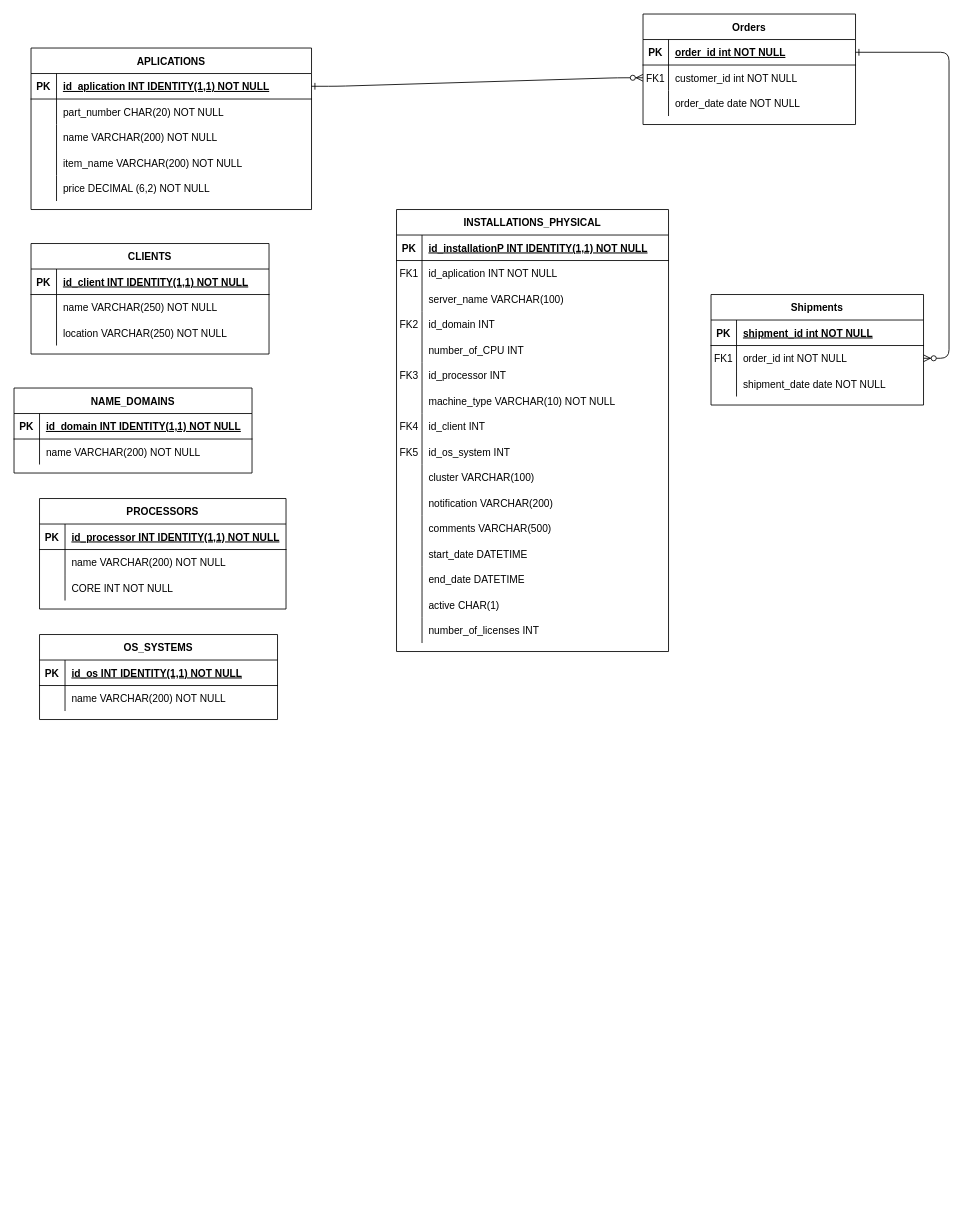
Above: Diagram bez tytułu.drawio in Rascalele/Program_do_rozliczania_faktur (draw.io), before the change. Source tidied: cells renumbered, new cells numbered last; positions are measured from the earlier drawing's top-left corner, leaving out a move shared by most shapes. Both pictures are drawn from the tidied source at 85%, with x=0, y=0 at pixel (14, 14).
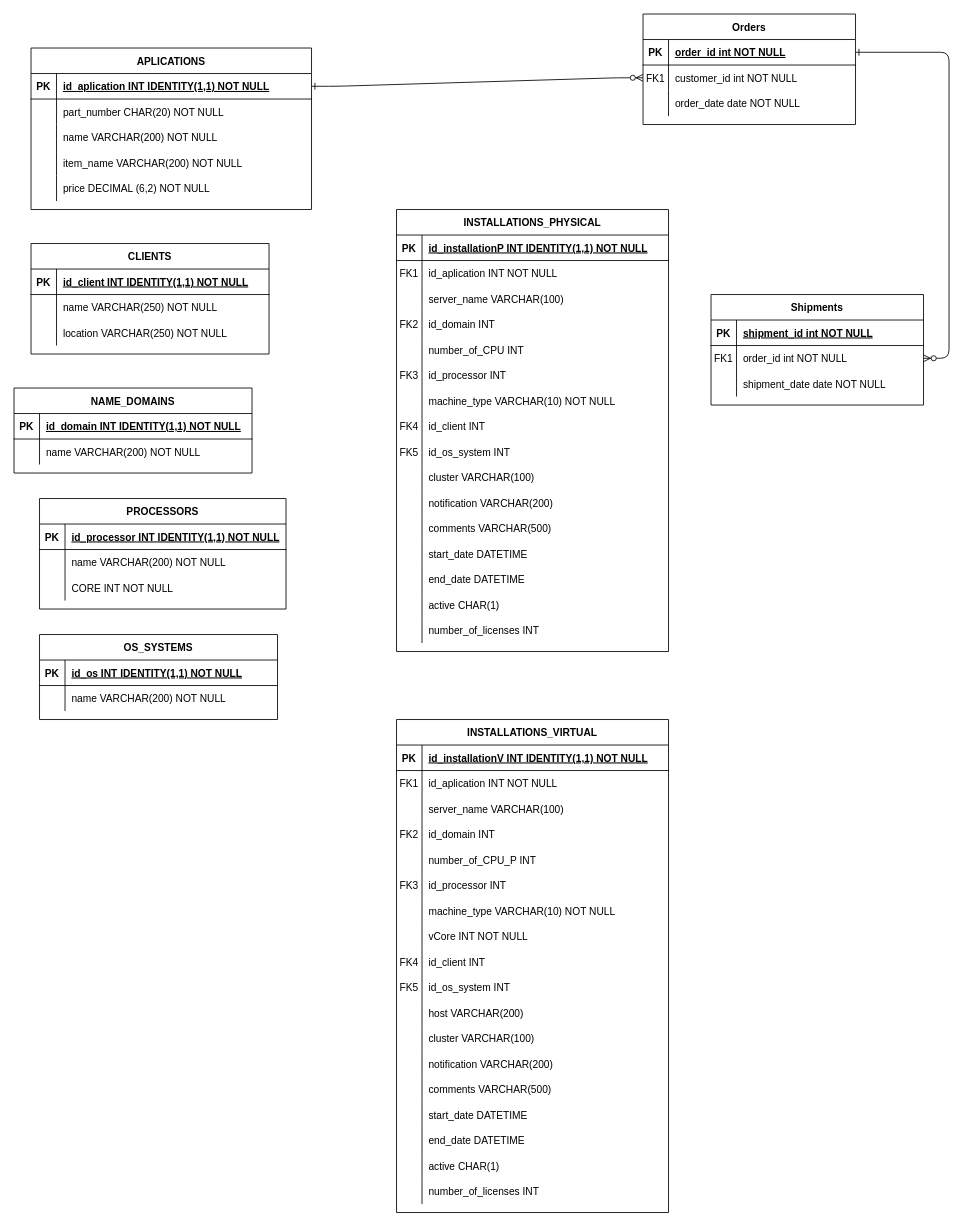
The same diagram, later.

The edit, as a diff of the source:
```diff
@@
+    <mxCell id="123" value="INSTALLATIONS_VIRTUAL" style="shape=table;startSize=30;childLayout=tableLayout;rowLines=0;fontStyle=1;align=center;" parent="1" vertex="1">
+      <mxGeometry x="450" y="830" width="320" height="580" as="geometry" />
+    </mxCell>
+    <mxCell id="124" style="shape=partialRectangle;fillColor=none;top=0;left=0;right=0;bottom=1;" parent="123" vertex="1">
+      <mxGeometry y="30" width="320" height="30" as="geometry" />
+    </mxCell>
+    <mxCell id="125" value="PK" style="shape=partialRectangle;overflow=hidden;fillColor=none;top=0;left=0;bottom=0;right=0;fontStyle=1;" parent="124" vertex="1">
+      <mxGeometry width="30" height="30" as="geometry" />
+    </mxCell>
+    <mxCell id="126" value="id_installationV INT IDENTITY(1,1) NOT NULL " style="shape=partialRectangle;overflow=hidden;fillColor=none;top=0;left=0;bottom=0;right=0;align=left;spacingLeft=6;fontStyle=5;" parent="124" vertex="1">
+      <mxGeometry x="30" width="290" height="30" as="geometry" />
+    </mxCell>
+    <mxCell id="127" style="shape=partialRectangle;fillColor=none;top=0;left=0;right=0;bottom=0;" parent="123" vertex="1">
+      <mxGeometry y="60" width="320" height="30" as="geometry" />
+    </mxCell>
+    <mxCell id="128" value="FK1" style="shape=partialRectangle;overflow=hidden;fillColor=none;top=0;left=0;bottom=0;right=0;" parent="127" vertex="1">
+      <mxGeometry width="30" height="30" as="geometry" />
+    </mxCell>
+    <mxCell id="129" value="id_aplication INT NOT NULL" style="shape=partialRectangle;overflow=hidden;fillColor=none;top=0;left=0;bottom=0;right=0;align=left;spacingLeft=6;" parent="127" vertex="1">
+      <mxGeometry x="30" width="290" height="30" as="geometry" />
+    </mxCell>
+    <mxCell id="130" style="shape=partialRectangle;fillColor=none;top=0;left=0;right=0;bottom=0;" parent="123" vertex="1">
+      <mxGeometry y="90" width="320" height="30" as="geometry" />
+    </mxCell>
+    <mxCell id="131" style="shape=partialRectangle;overflow=hidden;fillColor=none;top=0;left=0;bottom=0;right=0;" parent="130" vertex="1">
+      <mxGeometry width="30" height="30" as="geometry" />
+    </mxCell>
+    <mxCell id="132" value="server_name VARCHAR(100)" style="shape=partialRectangle;overflow=hidden;fillColor=none;top=0;left=0;bottom=0;right=0;align=left;spacingLeft=6;" parent="130" vertex="1">
+      <mxGeometry x="30" width="290" height="30" as="geometry" />
+    </mxCell>
+    <mxCell id="133" style="shape=partialRectangle;fillColor=none;top=0;left=0;right=0;bottom=0;" parent="123" vertex="1">
+      <mxGeometry y="120" width="320" height="30" as="geometry" />
+    </mxCell>
+    <mxCell id="134" value="FK2" style="shape=partialRectangle;overflow=hidden;fillColor=none;top=0;left=0;bottom=0;right=0;" parent="133" vertex="1">
+      <mxGeometry width="30" height="30" as="geometry" />
+    </mxCell>
+    <mxCell id="135" value="id_domain INT" style="shape=partialRectangle;overflow=hidden;fillColor=none;top=0;left=0;bottom=0;right=0;align=left;spacingLeft=6;" parent="133" vertex="1">
+      <mxGeometry x="30" width="290" height="30" as="geometry" />
+    </mxCell>
+    <mxCell id="136" style="shape=partialRectangle;fillColor=none;top=0;left=0;right=0;bottom=0;" parent="123" vertex="1">
+      <mxGeometry y="150" width="320" height="30" as="geometry" />
+    </mxCell>
+    <mxCell id="137" style="shape=partialRectangle;overflow=hidden;fillColor=none;top=0;left=0;bottom=0;right=0;" parent="136" vertex="1">
+      <mxGeometry width="30" height="30" as="geometry" />
+    </mxCell>
+    <mxCell id="138" value="number_of_CPU_P INT" style="shape=partialRectangle;overflow=hidden;fillColor=none;top=0;left=0;bottom=0;right=0;align=left;spacingLeft=6;" parent="136" vertex="1">
+      <mxGeometry x="30" width="290" height="30" as="geometry" />
+    </mxCell>
+    <mxCell id="139" style="shape=partialRectangle;fillColor=none;top=0;left=0;right=0;bottom=0;" parent="123" vertex="1">
+      <mxGeometry y="180" width="320" height="30" as="geometry" />
+    </mxCell>
+    <mxCell id="140" value="FK3" style="shape=partialRectangle;overflow=hidden;fillColor=none;top=0;left=0;bottom=0;right=0;" parent="139" vertex="1">
+      <mxGeometry width="30" height="30" as="geometry" />
+    </mxCell>
+    <mxCell id="141" value="id_processor INT" style="shape=partialRectangle;overflow=hidden;fillColor=none;top=0;left=0;bottom=0;right=0;align=left;spacingLeft=6;" parent="139" vertex="1">
+      <mxGeometry x="30" width="290" height="30" as="geometry" />
+    </mxCell>
+    <mxCell id="142" style="shape=partialRectangle;fillColor=none;top=0;left=0;right=0;bottom=0;" parent="123" vertex="1">
+      <mxGeometry y="210" width="320" height="30" as="geometry" />
+    </mxCell>
+    <mxCell id="143" style="shape=partialRectangle;overflow=hidden;fillColor=none;top=0;left=0;bottom=0;right=0;" parent="142" vertex="1">
+      <mxGeometry width="30" height="30" as="geometry" />
+    </mxCell>
+    <mxCell id="144" value="machine_type VARCHAR(10) NOT NULL" style="shape=partialRectangle;overflow=hidden;fillColor=none;top=0;left=0;bottom=0;right=0;align=left;spacingLeft=6;" parent="142" vertex="1">
+      <mxGeometry x="30" width="290" height="30" as="geometry" />
+    </mxCell>
+    <mxCell id="145" style="shape=partialRectangle;fillColor=none;top=0;left=0;right=0;bottom=0;" parent="123" vertex="1">
+      <mxGeometry y="240" width="320" height="30" as="geometry" />
+    </mxCell>
+    <mxCell id="146" style="shape=partialRectangle;overflow=hidden;fillColor=none;top=0;left=0;bottom=0;right=0;" parent="145" vertex="1">
+      <mxGeometry width="30" height="30" as="geometry" />
+    </mxCell>
+    <mxCell id="147" value="vCore INT NOT NULL" style="shape=partialRectangle;overflow=hidden;fillColor=none;top=0;left=0;bottom=0;right=0;align=left;spacingLeft=6;" parent="145" vertex="1">
+      <mxGeometry x="30" width="290" height="30" as="geometry" />
+    </mxCell>
+    <mxCell id="148" style="shape=partialRectangle;fillColor=none;top=0;left=0;right=0;bottom=0;" parent="123" vertex="1">
+      <mxGeometry y="270" width="320" height="30" as="geometry" />
+    </mxCell>
+    <mxCell id="149" value="FK4" style="shape=partialRectangle;overflow=hidden;fillColor=none;top=0;left=0;bottom=0;right=0;" parent="148" vertex="1">
+      <mxGeometry width="30" height="30" as="geometry" />
+    </mxCell>
+    <mxCell id="150" value="id_client INT" style="shape=partialRectangle;overflow=hidden;fillColor=none;top=0;left=0;bottom=0;right=0;align=left;spacingLeft=6;" parent="148" vertex="1">
+      <mxGeometry x="30" width="290" height="30" as="geometry" />
+    </mxCell>
+    <mxCell id="151" style="shape=partialRectangle;fillColor=none;top=0;left=0;right=0;bottom=0;" parent="123" vertex="1">
+      <mxGeometry y="300" width="320" height="30" as="geometry" />
+    </mxCell>
+    <mxCell id="152" value="FK5" style="shape=partialRectangle;overflow=hidden;fillColor=none;top=0;left=0;bottom=0;right=0;" parent="151" vertex="1">
+      <mxGeometry width="30" height="30" as="geometry" />
+    </mxCell>
+    <mxCell id="153" value="id_os_system INT" style="shape=partialRectangle;overflow=hidden;fillColor=none;top=0;left=0;bottom=0;right=0;align=left;spacingLeft=6;" parent="151" vertex="1">
+      <mxGeometry x="30" width="290" height="30" as="geometry" />
+    </mxCell>
+    <mxCell id="154" style="shape=partialRectangle;fillColor=none;top=0;left=0;right=0;bottom=0;" parent="123" vertex="1">
+      <mxGeometry y="330" width="320" height="30" as="geometry" />
+    </mxCell>
+    <mxCell id="155" style="shape=partialRectangle;overflow=hidden;fillColor=none;top=0;left=0;bottom=0;right=0;" parent="154" vertex="1">
+      <mxGeometry width="30" height="30" as="geometry" />
+    </mxCell>
+    <mxCell id="156" value="host VARCHAR(200)" style="shape=partialRectangle;overflow=hidden;fillColor=none;top=0;left=0;bottom=0;right=0;align=left;spacingLeft=6;" parent="154" vertex="1">
+      <mxGeometry x="30" width="290" height="30" as="geometry" />
+    </mxCell>
+    <mxCell id="157" style="shape=partialRectangle;fillColor=none;top=0;left=0;right=0;bottom=0;" parent="123" vertex="1">
+      <mxGeometry y="360" width="320" height="30" as="geometry" />
+    </mxCell>
+    <mxCell id="158" style="shape=partialRectangle;overflow=hidden;fillColor=none;top=0;left=0;bottom=0;right=0;" parent="157" vertex="1">
+      <mxGeometry width="30" height="30" as="geometry" />
+    </mxCell>
+    <mxCell id="159" value="cluster VARCHAR(100)" style="shape=partialRectangle;overflow=hidden;fillColor=none;top=0;left=0;bottom=0;right=0;align=left;spacingLeft=6;" parent="157" vertex="1">
+      <mxGeometry x="30" width="290" height="30" as="geometry" />
+    </mxCell>
+    <mxCell id="160" style="shape=partialRectangle;fillColor=none;top=0;left=0;right=0;bottom=0;" parent="123" vertex="1">
+      <mxGeometry y="390" width="320" height="30" as="geometry" />
+    </mxCell>
+    <mxCell id="161" style="shape=partialRectangle;overflow=hidden;fillColor=none;top=0;left=0;bottom=0;right=0;" parent="160" vertex="1">
+      <mxGeometry width="30" height="30" as="geometry" />
+    </mxCell>
+    <mxCell id="162" value="notification VARCHAR(200)" style="shape=partialRectangle;overflow=hidden;fillColor=none;top=0;left=0;bottom=0;right=0;align=left;spacingLeft=6;" parent="160" vertex="1">
+      <mxGeometry x="30" width="290" height="30" as="geometry" />
+    </mxCell>
+    <mxCell id="163" style="shape=partialRectangle;fillColor=none;top=0;left=0;right=0;bottom=0;" parent="123" vertex="1">
+      <mxGeometry y="420" width="320" height="30" as="geometry" />
+    </mxCell>
+    <mxCell id="164" style="shape=partialRectangle;overflow=hidden;fillColor=none;top=0;left=0;bottom=0;right=0;" parent="163" vertex="1">
+      <mxGeometry width="30" height="30" as="geometry" />
+    </mxCell>
+    <mxCell id="165" value="comments VARCHAR(500)" style="shape=partialRectangle;overflow=hidden;fillColor=none;top=0;left=0;bottom=0;right=0;align=left;spacingLeft=6;" parent="163" vertex="1">
+      <mxGeometry x="30" width="290" height="30" as="geometry" />
+    </mxCell>
+    <mxCell id="166" style="shape=partialRectangle;fillColor=none;top=0;left=0;right=0;bottom=0;" parent="123" vertex="1">
+      <mxGeometry y="450" width="320" height="30" as="geometry" />
+    </mxCell>
+    <mxCell id="167" style="shape=partialRectangle;overflow=hidden;fillColor=none;top=0;left=0;bottom=0;right=0;" parent="166" vertex="1">
+      <mxGeometry width="30" height="30" as="geometry" />
+    </mxCell>
+    <mxCell id="168" value="start_date DATETIME" style="shape=partialRectangle;overflow=hidden;fillColor=none;top=0;left=0;bottom=0;right=0;align=left;spacingLeft=6;" parent="166" vertex="1">
+      <mxGeometry x="30" width="290" height="30" as="geometry" />
+    </mxCell>
+    <mxCell id="169" style="shape=partialRectangle;fillColor=none;top=0;left=0;right=0;bottom=0;" parent="123" vertex="1">
+      <mxGeometry y="480" width="320" height="30" as="geometry" />
+    </mxCell>
+    <mxCell id="170" style="shape=partialRectangle;overflow=hidden;fillColor=none;top=0;left=0;bottom=0;right=0;" parent="169" vertex="1">
+      <mxGeometry width="30" height="30" as="geometry" />
+    </mxCell>
+    <mxCell id="171" value="end_date DATETIME" style="shape=partialRectangle;overflow=hidden;fillColor=none;top=0;left=0;bottom=0;right=0;align=left;spacingLeft=6;" parent="169" vertex="1">
+      <mxGeometry x="30" width="290" height="30" as="geometry" />
+    </mxCell>
+    <mxCell id="172" style="shape=partialRectangle;fillColor=none;top=0;left=0;right=0;bottom=0;" parent="123" vertex="1">
+      <mxGeometry y="510" width="320" height="30" as="geometry" />
+    </mxCell>
+    <mxCell id="173" style="shape=partialRectangle;overflow=hidden;fillColor=none;top=0;left=0;bottom=0;right=0;" parent="172" vertex="1">
+      <mxGeometry width="30" height="30" as="geometry" />
+    </mxCell>
+    <mxCell id="174" value="active CHAR(1)" style="shape=partialRectangle;overflow=hidden;fillColor=none;top=0;left=0;bottom=0;right=0;align=left;spacingLeft=6;" parent="172" vertex="1">
+      <mxGeometry x="30" width="290" height="30" as="geometry" />
+    </mxCell>
+    <mxCell id="175" style="shape=partialRectangle;fillColor=none;top=0;left=0;right=0;bottom=0;" parent="123" vertex="1">
+      <mxGeometry y="540" width="320" height="30" as="geometry" />
+    </mxCell>
+    <mxCell id="176" style="shape=partialRectangle;overflow=hidden;fillColor=none;top=0;left=0;bottom=0;right=0;" parent="175" vertex="1">
+      <mxGeometry width="30" height="30" as="geometry" />
+    </mxCell>
+    <mxCell id="177" value="number_of_licenses INT" style="shape=partialRectangle;overflow=hidden;fillColor=none;top=0;left=0;bottom=0;right=0;align=left;spacingLeft=6;" parent="175" vertex="1">
+      <mxGeometry x="30" width="290" height="30" as="geometry" />
+    </mxCell>
```
